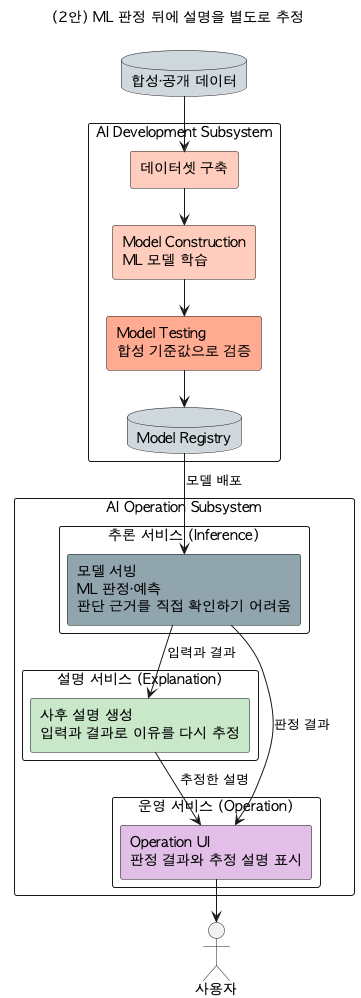
This is docs/img/dp-01-explainability-counter-simple.png from tenyearslove/zone2runner, a PlantUML export, as it was before one commit.
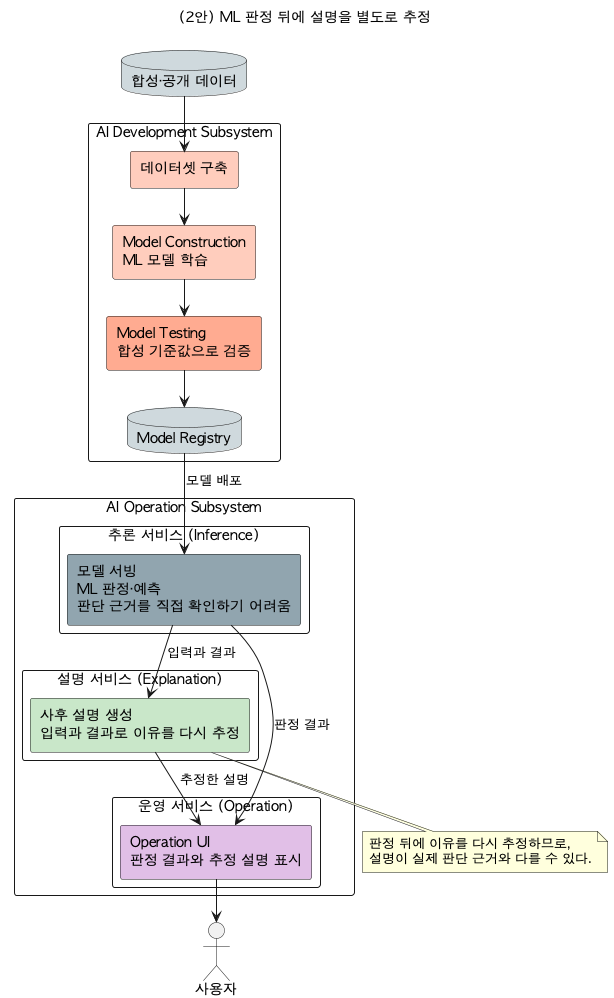
Above is the later version.

Diff of the diagram source:
```diff
@@ -42,4 +42,9 @@
 MODEL --> UI : 판정 결과
 POST --> UI : 추정한 설명
 UI --> USER
+
+note bottom of POST
+  판정 뒤에 이유를 다시 추정하므로,
+  설명이 실제 판단 근거와 다를 수 있다.
+end note
 @enduml
```
